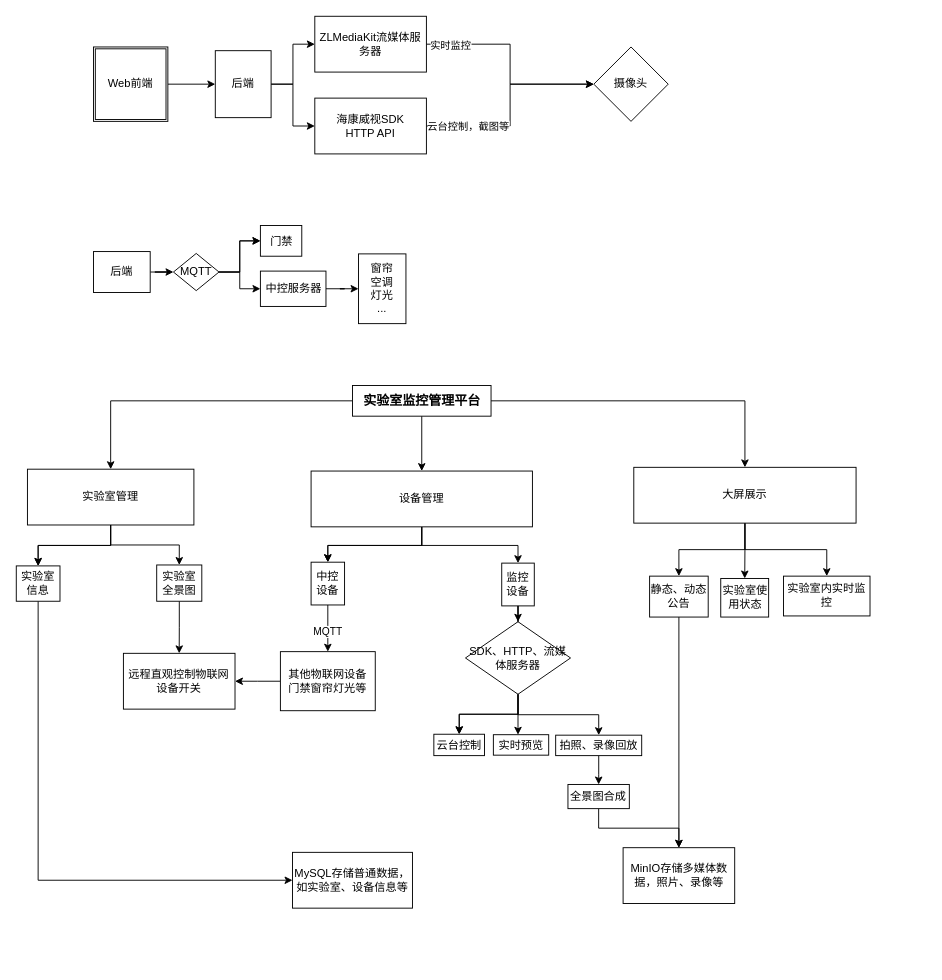
Above: 未命名绘图.drawio in nullptr0xf/drawio (draw.io), before the change. Source tidied: cells renumbered, new cells numbered last; positions are measured from the earlier drawing's top-left corner, leaving out a move shared by most shapes. Both pictures are drawn from the tidied source at 93%, with x=0, y=0 at pixel (16, 16).
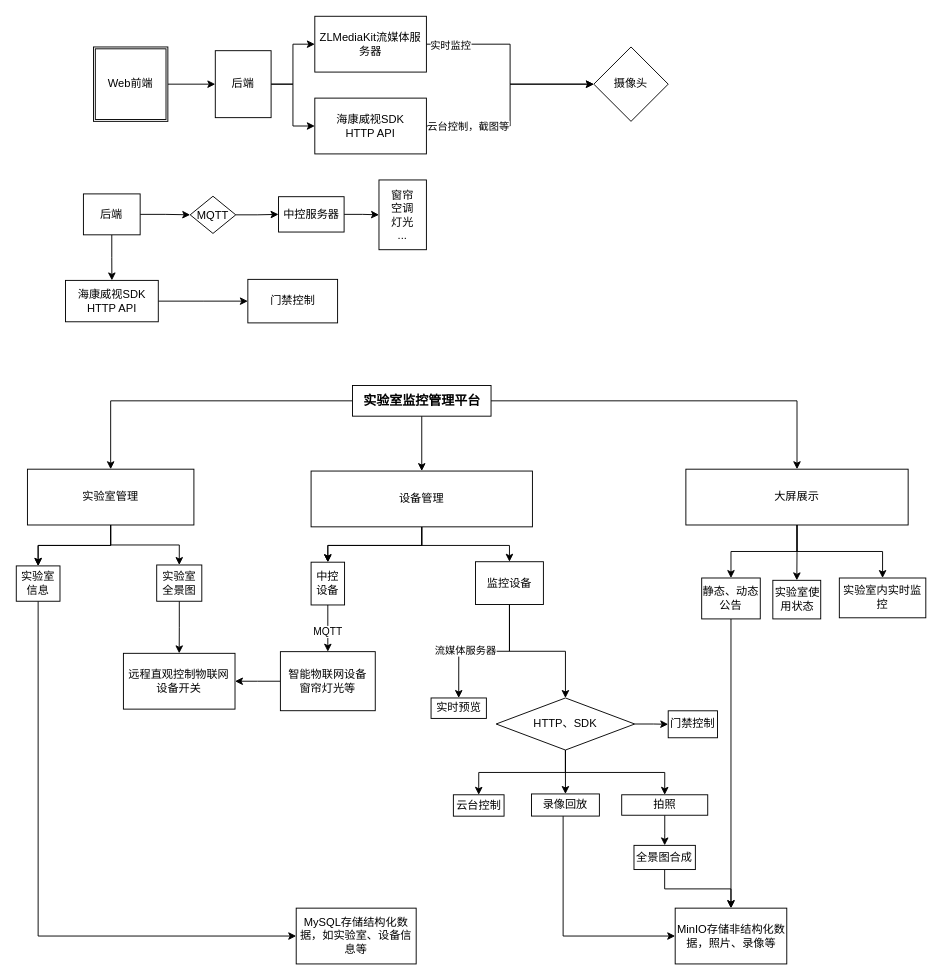
The same page after the edit.

Diff of the diagram source:
```diff
@@
+    <mxCell id="69" style="edgeStyle=orthogonalEdgeStyle;rounded=0;jettySize=auto;html=1;" parent="1" edge="1" source="15" target="82">
+      <mxGeometry relative="1" as="geometry" />
+    </mxCell>
     <mxCell id="15" value="后端" style="rounded=0;whiteSpace=wrap;html=1;" parent="1" vertex="1">
-      <mxGeometry x="83" y="253" width="61" height="44" as="geometry" />
+      <mxGeometry x="72.2" y="191" width="61" height="44" as="geometry" />
     </mxCell>
-    <mxCell id="16" style="edgeStyle=orthogonalEdgeStyle;rounded=0;jettySize=auto;html=1;" parent="1" edge="1" source="19" target="20">
-      <mxGeometry relative="1" as="geometry" />
-    </mxCell>
-    <mxCell id="17" style="edgeStyle=orthogonalEdgeStyle;rounded=0;jettySize=auto;html=1;" parent="1" edge="1" source="19" target="20">
-      <mxGeometry relative="1" as="geometry" />
-    </mxCell>
@@
     <mxCell id="19" value="MQTT" style="rhombus;whiteSpace=wrap;html=1;" parent="1" vertex="1">
-      <mxGeometry x="169" y="255" width="49" height="40" as="geometry" />
+      <mxGeometry x="187" y="193.5" width="49" height="40" as="geometry" />
     </mxCell>
-    <mxCell id="20" value="门禁" style="whiteSpace=wrap;html=1;" parent="1" vertex="1">
-      <mxGeometry x="262.5" y="225" width="44.5" height="33" as="geometry" />
-    </mxCell>
@@
     <mxCell id="22" value="中控服务器" style="rounded=0;whiteSpace=wrap;html=1;" parent="1" vertex="1">
-      <mxGeometry x="262.5" y="274" width="70.5" height="38" as="geometry" />
+      <mxGeometry x="282" y="194" width="70.5" height="38" as="geometry" />
     </mxCell>
     <mxCell id="23" value="窗帘&lt;div&gt;空调&lt;/div&gt;&lt;div&gt;灯光&lt;/div&gt;&lt;div&gt;...&lt;/div&gt;" style="rounded=0;whiteSpace=wrap;html=1;" parent="1" vertex="1">
-      <mxGeometry x="368" y="255.5" width="51" height="75" as="geometry" />
+      <mxGeometry x="390" y="176" width="51" height="75" as="geometry" />
     </mxCell>
@@
     <mxCell id="39" value="大屏展示" style="rounded=0;whiteSpace=wrap;html=1;" parent="1" vertex="1">
-      <mxGeometry x="664" y="485" width="239" height="60" as="geometry" />
+      <mxGeometry x="720" y="487" width="239" height="60" as="geometry" />
     </mxCell>
-    <mxCell id="40" value="MySQL存储普通数据，如实验室、设备信息等" style="rounded=0;whiteSpace=wrap;html=1;" parent="1" vertex="1">
-      <mxGeometry x="297" y="899" width="129" height="60" as="geometry" />
+    <mxCell id="40" value="MySQL存储结构化数据，如实验室、设备信息等" style="rounded=0;whiteSpace=wrap;html=1;" parent="1" vertex="1">
+      <mxGeometry x="301" y="959" width="129" height="60" as="geometry" />
     </mxCell>
-    <mxCell id="41" value="MinIO存储多媒体数据，照片、录像等" style="rounded=0;whiteSpace=wrap;html=1;" parent="1" vertex="1">
-      <mxGeometry x="652.5" y="894" width="120" height="60" as="geometry" />
+    <mxCell id="41" value="MinIO存储非结构化数据，照片、录像等" style="rounded=0;whiteSpace=wrap;html=1;" parent="1" vertex="1">
+      <mxGeometry x="708.5" y="959" width="120" height="60" as="geometry" />
     </mxCell>
@@
-    <mxCell id="49" style="edgeStyle=orthogonalEdgeStyle;rounded=0;jettySize=auto;html=1;" parent="1" edge="1" source="50" target="61">
-      <mxGeometry relative="1" as="geometry" />
-    </mxCell>
+    <mxCell id="70" style="edgeStyle=orthogonalEdgeStyle;rounded=0;jettySize=auto;html=1;entryX=0.5;entryY=0;entryDx=0;entryDy=0;" parent="1" edge="1" source="50" target="62">
+      <mxGeometry relative="1" as="geometry" />
+    </mxCell>
+    <mxCell id="71" value="流媒体服务器" style="edgeLabel;html=1;align=center;verticalAlign=middle;" parent="70" vertex="1">
+      <mxGeometry x="0.27" y="-1" relative="1" as="geometry" />
+    </mxCell>
+    <mxCell id="72" style="edgeStyle=orthogonalEdgeStyle;rounded=0;jettySize=auto;html=1;" parent="1" edge="1" source="50" target="77">
+      <mxGeometry relative="1" as="geometry" />
+    </mxCell>
     <mxCell id="50" value="监控设备" style="rounded=0;whiteSpace=wrap;html=1;" parent="1" vertex="1">
-      <mxGeometry x="522" y="588" width="35" height="46" as="geometry" />
+      <mxGeometry x="493.8" y="586.5" width="73" height="46" as="geometry" />
     </mxCell>
@@
     <mxCell id="52" value="静态、动态公告" style="rounded=0;whiteSpace=wrap;html=1;" parent="1" vertex="1">
-      <mxGeometry x="681" y="602" width="63" height="44" as="geometry" />
+      <mxGeometry x="737" y="604" width="63" height="44" as="geometry" />
     </mxCell>
     <mxCell id="53" value="实验室使用状态" style="rounded=0;whiteSpace=wrap;html=1;" parent="1" vertex="1">
-      <mxGeometry x="757.5" y="604.5" width="51.5" height="41.5" as="geometry" />
+      <mxGeometry x="813.5" y="606.5" width="51.5" height="41.5" as="geometry" />
     </mxCell>
@@
-    <mxCell id="55" value="其他物联网设备&lt;div&gt;门禁窗帘灯光等&lt;/div&gt;" style="whiteSpace=wrap;html=1;rounded=0;" parent="1" vertex="1">
+    <mxCell id="55" value="智能物联网设备&lt;div&gt;窗帘灯光等&lt;/div&gt;" style="whiteSpace=wrap;html=1;rounded=0;" parent="1" vertex="1">
       <mxGeometry x="284" y="683.2" width="102" height="63.5" as="geometry" />
     </mxCell>
     <mxCell id="56" value="云台控制" style="rounded=0;whiteSpace=wrap;html=1;" parent="1" vertex="1">
-      <mxGeometry x="449" y="772" width="54.5" height="23" as="geometry" />
+      <mxGeometry x="470" y="837.1" width="54.5" height="23" as="geometry" />
     </mxCell>
-    <mxCell id="57" style="edgeStyle=orthogonalEdgeStyle;rounded=0;jettySize=auto;html=1;" parent="1" edge="1" source="61" target="56">
-      <mxGeometry relative="1" as="geometry" />
-    </mxCell>
-    <mxCell id="58" style="edgeStyle=orthogonalEdgeStyle;rounded=0;jettySize=auto;html=1;" parent="1" edge="1" source="61" target="56">
-      <mxGeometry relative="1" as="geometry" />
-    </mxCell>
-    <mxCell id="59" style="edgeStyle=orthogonalEdgeStyle;rounded=0;jettySize=auto;html=1;" parent="1" edge="1" source="61" target="62">
-      <mxGeometry relative="1" as="geometry">
-        <Array as="points">
-          <mxPoint x="540" y="747" />
-          <mxPoint x="540" y="747" />
-        </Array>
-      </mxGeometry>
-    </mxCell>
-    <mxCell id="60" style="edgeStyle=orthogonalEdgeStyle;rounded=0;jettySize=auto;html=1;" parent="1" edge="1" source="61" target="64">
-      <mxGeometry relative="1" as="geometry" />
-    </mxCell>
-    <mxCell id="61" value="SDK、HTTP、流媒体服务器" style="rhombus;whiteSpace=wrap;html=1;" parent="1" vertex="1">
-      <mxGeometry x="483" y="651" width="113" height="78" as="geometry" />
-    </mxCell>
     <mxCell id="62" value="实时预览" style="rounded=0;whiteSpace=wrap;html=1;" parent="1" vertex="1">
-      <mxGeometry x="513" y="772.5" width="59.5" height="22" as="geometry" />
+      <mxGeometry x="446" y="733" width="59.5" height="22" as="geometry" />
     </mxCell>
@@
-    <mxCell id="64" value="拍照、录像回放" style="rounded=0;whiteSpace=wrap;html=1;" parent="1" vertex="1">
-      <mxGeometry x="580" y="773" width="92.5" height="22" as="geometry" />
+    <mxCell id="64" value="拍照" style="rounded=0;whiteSpace=wrap;html=1;" parent="1" vertex="1">
+      <mxGeometry x="651" y="837.1" width="92.5" height="22" as="geometry" />
     </mxCell>
@@
     <mxCell id="66" value="全景图合成" style="whiteSpace=wrap;html=1;rounded=0;" parent="1" vertex="1">
-      <mxGeometry x="593.2" y="826" width="66" height="26" as="geometry" />
+      <mxGeometry x="664.2" y="891.5" width="66" height="26" as="geometry" />
     </mxCell>
     <mxCell id="67" value="实验室内实时监控" style="rounded=0;whiteSpace=wrap;html=1;" parent="1" vertex="1">
-      <mxGeometry x="825" y="602" width="93" height="42.8" as="geometry" />
+      <mxGeometry x="885" y="604" width="93" height="42.8" as="geometry" />
     </mxCell>
@@
+    <mxCell id="73" style="edgeStyle=orthogonalEdgeStyle;rounded=0;jettySize=auto;html=1;entryX=0.5;entryY=0;entryDx=0;entryDy=0;" parent="1" edge="1" source="77" target="56">
+      <mxGeometry relative="1" as="geometry" />
+    </mxCell>
+    <mxCell id="74" style="edgeStyle=orthogonalEdgeStyle;rounded=0;jettySize=auto;html=1;entryX=0.5;entryY=0;entryDx=0;entryDy=0;" parent="1" edge="1" source="77" target="64">
+      <mxGeometry relative="1" as="geometry" />
+    </mxCell>
+    <mxCell id="75" style="edgeStyle=orthogonalEdgeStyle;rounded=0;jettySize=auto;html=1;" parent="1" edge="1" source="77" target="79">
+      <mxGeometry relative="1" as="geometry" />
+    </mxCell>
+    <mxCell id="76" style="edgeStyle=orthogonalEdgeStyle;rounded=0;jettySize=auto;html=1;" parent="1" edge="1" source="77" target="80">
+      <mxGeometry relative="1" as="geometry" />
+    </mxCell>
+    <mxCell id="77" value="HTTP、SDK" style="rhombus;whiteSpace=wrap;html=1;" parent="1" vertex="1">
+      <mxGeometry x="516" y="733" width="149" height="56" as="geometry" />
+    </mxCell>
+    <mxCell id="78" style="edgeStyle=orthogonalEdgeStyle;rounded=0;jettySize=auto;html=1;entryX=0;entryY=0.5;entryDx=0;entryDy=0;" parent="1" edge="1" source="79" target="41">
+      <mxGeometry relative="1" as="geometry">
+        <Array as="points">
+          <mxPoint x="588" y="989" />
+        </Array>
+      </mxGeometry>
+    </mxCell>
+    <mxCell id="79" value="录像回放" style="rounded=0;whiteSpace=wrap;html=1;" parent="1" vertex="1">
+      <mxGeometry x="554" y="836.2" width="73" height="23.8" as="geometry" />
+    </mxCell>
+    <mxCell id="80" value="门禁控制" style="whiteSpace=wrap;html=1;" parent="1" vertex="1">
+      <mxGeometry x="701" y="746.8" width="53" height="29" as="geometry" />
+    </mxCell>
+    <mxCell id="81" style="edgeStyle=orthogonalEdgeStyle;rounded=0;jettySize=auto;html=1;" parent="1" edge="1" source="82" target="83">
+      <mxGeometry relative="1" as="geometry" />
+    </mxCell>
+    <mxCell id="82" value="海康威视SDK&lt;div&gt;HTTP API&lt;/div&gt;" style="rounded=0;whiteSpace=wrap;html=1;" parent="1" vertex="1">
+      <mxGeometry x="52.9" y="284" width="99.8" height="44.5" as="geometry" />
+    </mxCell>
+    <mxCell id="83" value="门禁控制" style="rounded=0;whiteSpace=wrap;html=1;" parent="1" vertex="1">
+      <mxGeometry x="249" y="282.9" width="96.5" height="46.8" as="geometry" />
+    </mxCell>
```
